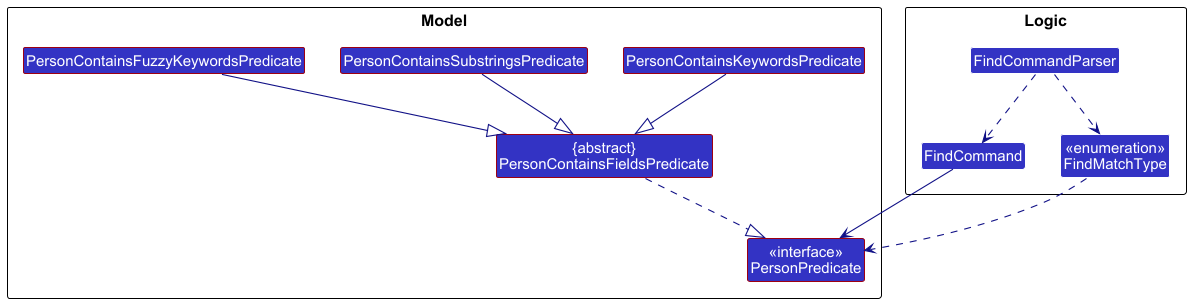
The PlantUML diagram docs/images/FindCommandClassDiagram.png in Taiz2000/tp, before a commit. Source of this version:
```plantuml
@startuml
!include style.puml
skinparam arrowThickness 1.1
skinparam arrowColor LOGIC_COLOR_T4
skinparam classBackgroundColor LOGIC_COLOR

package Logic as LogicPackage {
Class FindCommand
Class FindCommandParser
Enum "<<enumeration>>\nFindMatchType" as FindMatchType
}

package Model as ModelPackage {
Class "<<interface>>\nPersonPredicate" as PersonPredicate #MODEL_COLOR
Class "{abstract}\nPersonContainsFieldsPredicate" as PersonContainsFieldsPredicate #MODEL_COLOR
Class PersonContainsKeywordsPredicate #MODEL_COLOR
Class PersonContainsSubstringsPredicate #MODEL_COLOR
Class PersonContainsFuzzyKeywordsPredicate #MODEL_COLOR
}

FindCommandParser ..> FindMatchType
FindMatchType ..> PersonPredicate
FindCommandParser ..> FindCommand
FindCommand --> PersonPredicate

PersonContainsFieldsPredicate ..|> PersonPredicate
PersonContainsKeywordsPredicate --|> PersonContainsFieldsPredicate
PersonContainsSubstringsPredicate --|> PersonContainsFieldsPredicate
PersonContainsFuzzyKeywordsPredicate --|> PersonContainsFieldsPredicate
@enduml
```
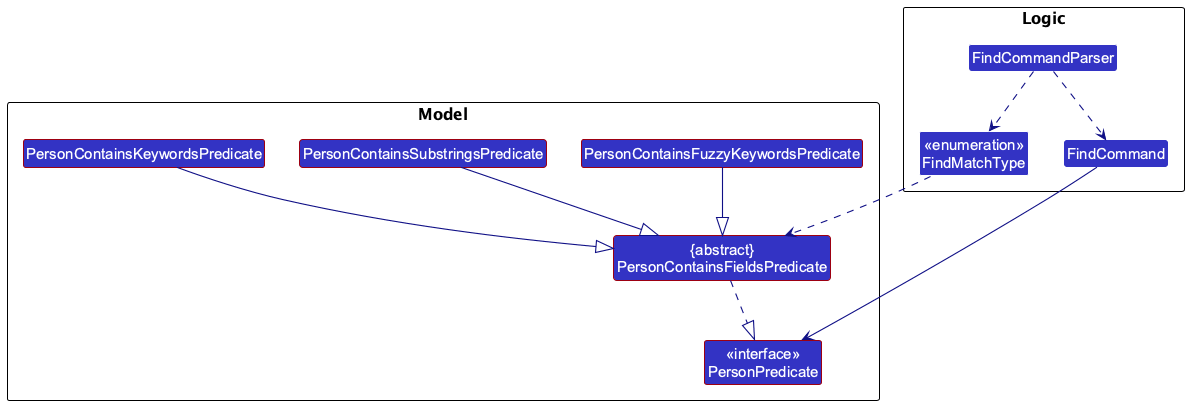
Later version of the same file.

Commit message:
enforce logical consistency between UML and code

What changed in the source:
```diff
@@ -19,7 +19,7 @@
 }
 
 FindCommandParser ..> FindMatchType
-FindMatchType ..> PersonPredicate
+FindMatchType ..> PersonContainsFieldsPredicate
 FindCommandParser ..> FindCommand
 FindCommand --> PersonPredicate
 
```
